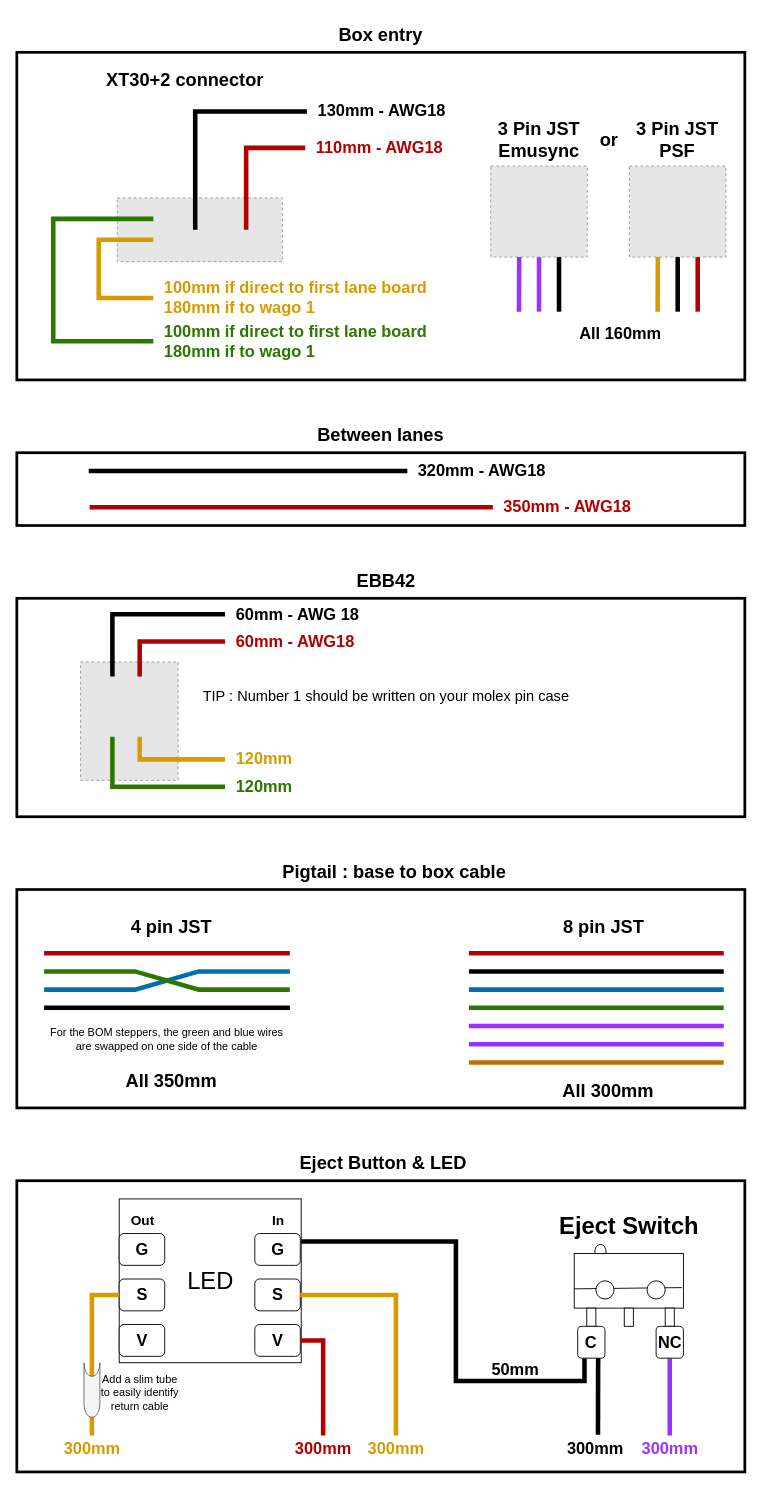
Earlier version of the draw.io diagram docs/assets/wiring_diagrams/EMU Base wiring dimensions.drawio (DW-Tas/EMU). Source tidied: cells renumbered, new cells numbered last; positions are measured from the earlier drawing's top-left corner, leaving out a move shared by most shapes. Both pictures are drawn from the tidied source at 91%, with x=0, y=0 at pixel (16, 15). Pictures stored in the file or linked from it are replaced by grey dashed boxes.
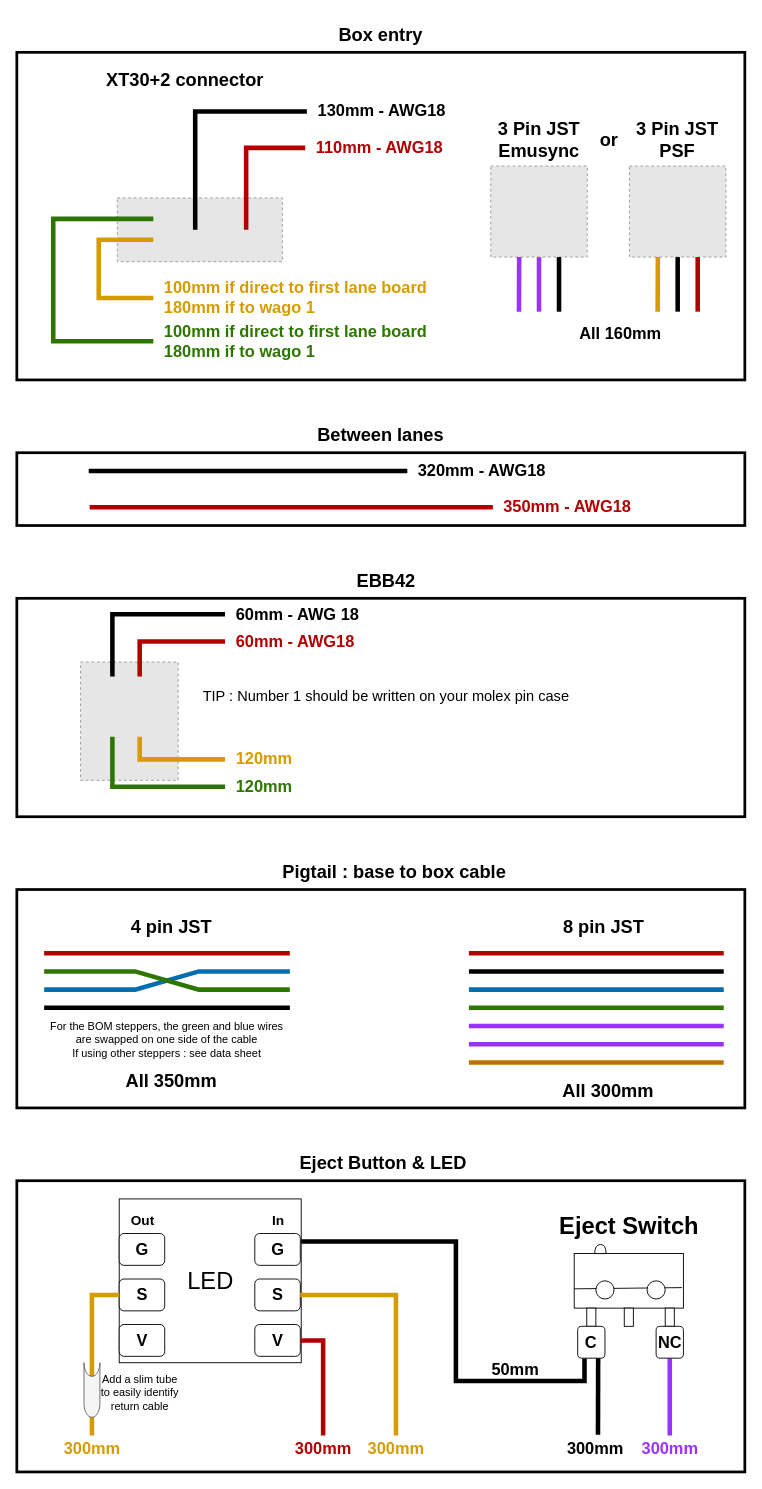
The same diagram, later.

Commit message (it also covers changes not shown here):
EMU Base wiring - Update pigtail motor jst diagram

Update wording for the stepper wires

The edit, as a diff of the source:
```diff
@@
-    <mxCell id="98" value="For the BOM steppers, the green and blue wires are swapped on one side of the cable" style="text;html=1;whiteSpace=wrap;strokeColor=none;fillColor=none;align=center;verticalAlign=middle;rounded=0;" parent="1" vertex="1">
+    <mxCell id="98" value="For the BOM steppers, the green and blue wires are swapped on one side of the cable&lt;div&gt;If using other steppers : see data sheet&lt;/div&gt;" style="text;html=1;whiteSpace=wrap;strokeColor=none;fillColor=none;align=center;verticalAlign=middle;rounded=0;" parent="1" vertex="1">
       <mxGeometry x="30" y="1110" width="270" height="30" as="geometry" />
     </mxCell>
```
